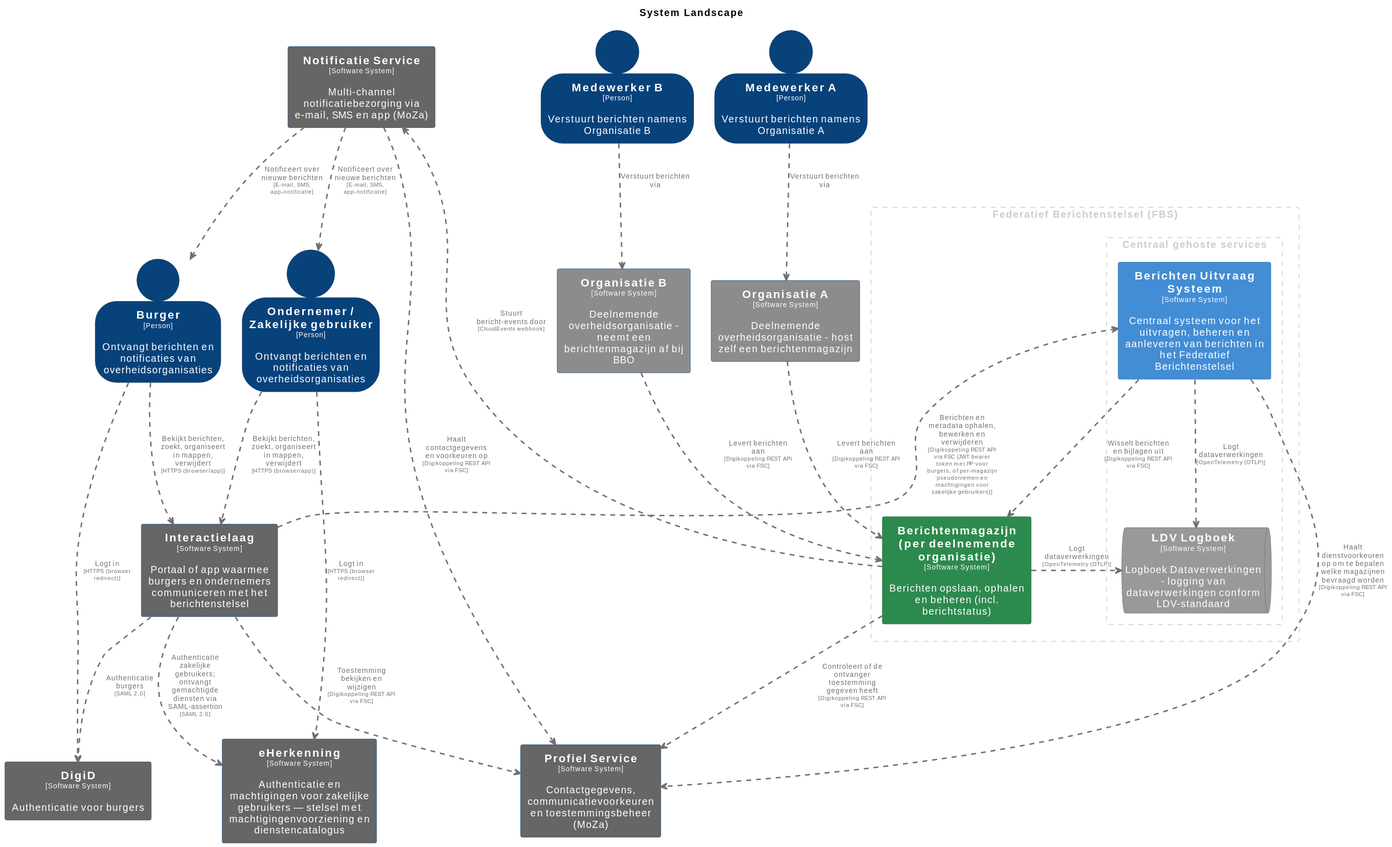
The PlantUML diagram pr-preview/pr-22/master/svg/SystemLandscape.svg in MinBZK/moza-poc-fbs-berichtenbox, before a commit. Its source is kept beside it as pr-preview/pr-22/master/puml/SystemLandscape.puml.
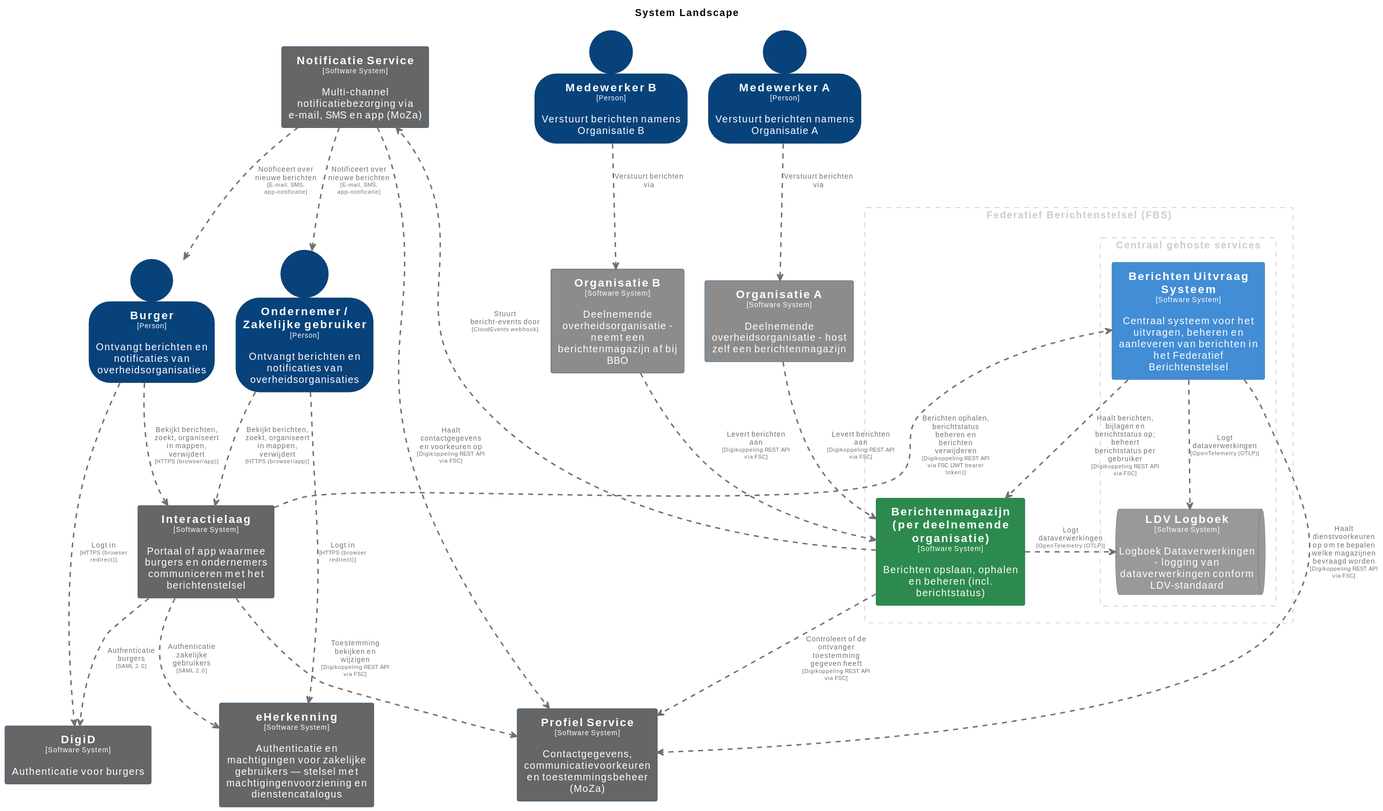
Later version of the same file.

The edit, as a diff of the source:
```diff
@@ -135,7 +135,7 @@
 BerichtenUitvraagSysteem .[#707070,thickness=2].> ProfielService : "<color:#707070>Haalt dienstvoorkeuren op om te bepalen welke magazijnen bevraagd worden\n<color:#707070><size:8>[Digikoppeling REST API via FSC]</size>"
 Berichtenmagazijnperdeelnemendeorganisatie .[#707070,thickness=2].> LDVLogboek : "<color:#707070>Logt dataverwerkingen\n<color:#707070><size:8>[OpenTelemetry (OTLP)]</size>"
 BerichtenUitvraagSysteem .[#707070,thickness=2].> LDVLogboek : "<color:#707070>Logt dataverwerkingen\n<color:#707070><size:8>[OpenTelemetry (OTLP)]</size>"
-BerichtenUitvraagSysteem .[#707070,thickness=2].> Berichtenmagazijnperdeelnemendeorganisatie : "<color:#707070>Wisselt berichten en bijlagen uit\n<color:#707070><size:8>[Digikoppeling REST API via FSC]</size>"
+BerichtenUitvraagSysteem .[#707070,thickness=2].> Berichtenmagazijnperdeelnemendeorganisatie : "<color:#707070>Haalt berichten, bijlagen en berichtstatus op; beheert berichtstatus per gebruiker\n<color:#707070><size:8>[Digikoppeling REST API via FSC]</size>"
 MedewerkerA .[#707070,thickness=2].> OrganisatieA : "<color:#707070>Verstuurt berichten via"
 MedewerkerB .[#707070,thickness=2].> OrganisatieB : "<color:#707070>Verstuurt berichten via"
 Burger .[#707070,thickness=2].> Interactielaag : "<color:#707070>Bekijkt berichten, zoekt, organiseert in mappen, verwijdert\n<color:#707070><size:8>[HTTPS (browser/app)]</size>"
@@ -144,10 +144,10 @@
 OndernemerZakelijkegebruiker .[#707070,thickness=2].> eHerkenning : "<color:#707070>Logt in\n<color:#707070><size:8>[HTTPS (browser redirect)]</size>"
 NotificatieService .[#707070,thickness=2].> Burger : "<color:#707070>Notificeert over nieuwe berichten\n<color:#707070><size:8>[E-mail, SMS, app-notificatie]</size>"
 NotificatieService .[#707070,thickness=2].> OndernemerZakelijkegebruiker : "<color:#707070>Notificeert over nieuwe berichten\n<color:#707070><size:8>[E-mail, SMS, app-notificatie]</size>"
-Interactielaag .[#707070,thickness=2].> BerichtenUitvraagSysteem : "<color:#707070>Berichten en metadata ophalen, bewerken en verwijderen\n<color:#707070><size:8>[Digikoppeling REST API via FSC (JWT bearer token met PP voor burgers, of per-magazijn pseudoniemen en machtigingen voor zakelijke gebruikers)]</size>"
+Interactielaag .[#707070,thickness=2].> BerichtenUitvraagSysteem : "<color:#707070>Berichten ophalen, berichtstatus beheren en berichten verwijderen\n<color:#707070><size:8>[Digikoppeling REST API via FSC (JWT bearer token)]</size>"
 Interactielaag .[#707070,thickness=2].> ProfielService : "<color:#707070>Toestemming bekijken en wijzigen\n<color:#707070><size:8>[Digikoppeling REST API via FSC]</size>"
 Interactielaag .[#707070,thickness=2].> DigiD : "<color:#707070>Authenticatie burgers\n<color:#707070><size:8>[SAML 2.0]</size>"
-Interactielaag .[#707070,thickness=2].> eHerkenning : "<color:#707070>Authenticatie zakelijke gebruikers; ontvangt gemachtigde diensten via SAML-assertion\n<color:#707070><size:8>[SAML 2.0]</size>"
+Interactielaag .[#707070,thickness=2].> eHerkenning : "<color:#707070>Authenticatie zakelijke gebruikers\n<color:#707070><size:8>[SAML 2.0]</size>"
 Berichtenmagazijnperdeelnemendeorganisatie .[#707070,thickness=2].> NotificatieService : "<color:#707070>Stuurt bericht-events door\n<color:#707070><size:8>[CloudEvents webhook]</size>"
 NotificatieService .[#707070,thickness=2].> ProfielService : "<color:#707070>Haalt contactgegevens en voorkeuren op\n<color:#707070><size:8>[Digikoppeling REST API via FSC]</size>"
 @enduml
```
